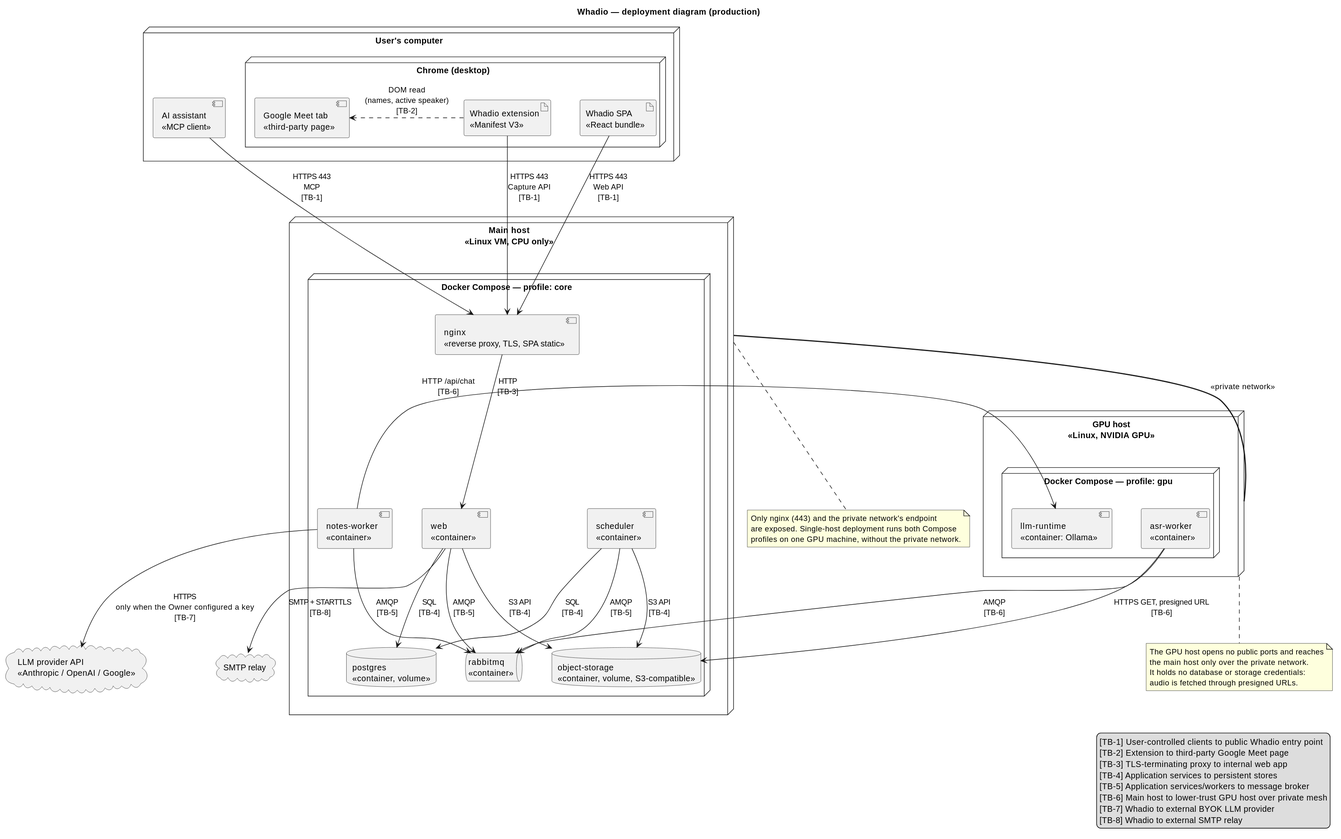
ukma-fin-ssdm-2026/Whadio keeps this PlantUML diagram as docs/architecture/uml/deployment-diagram.svg. Above is the earlier version.
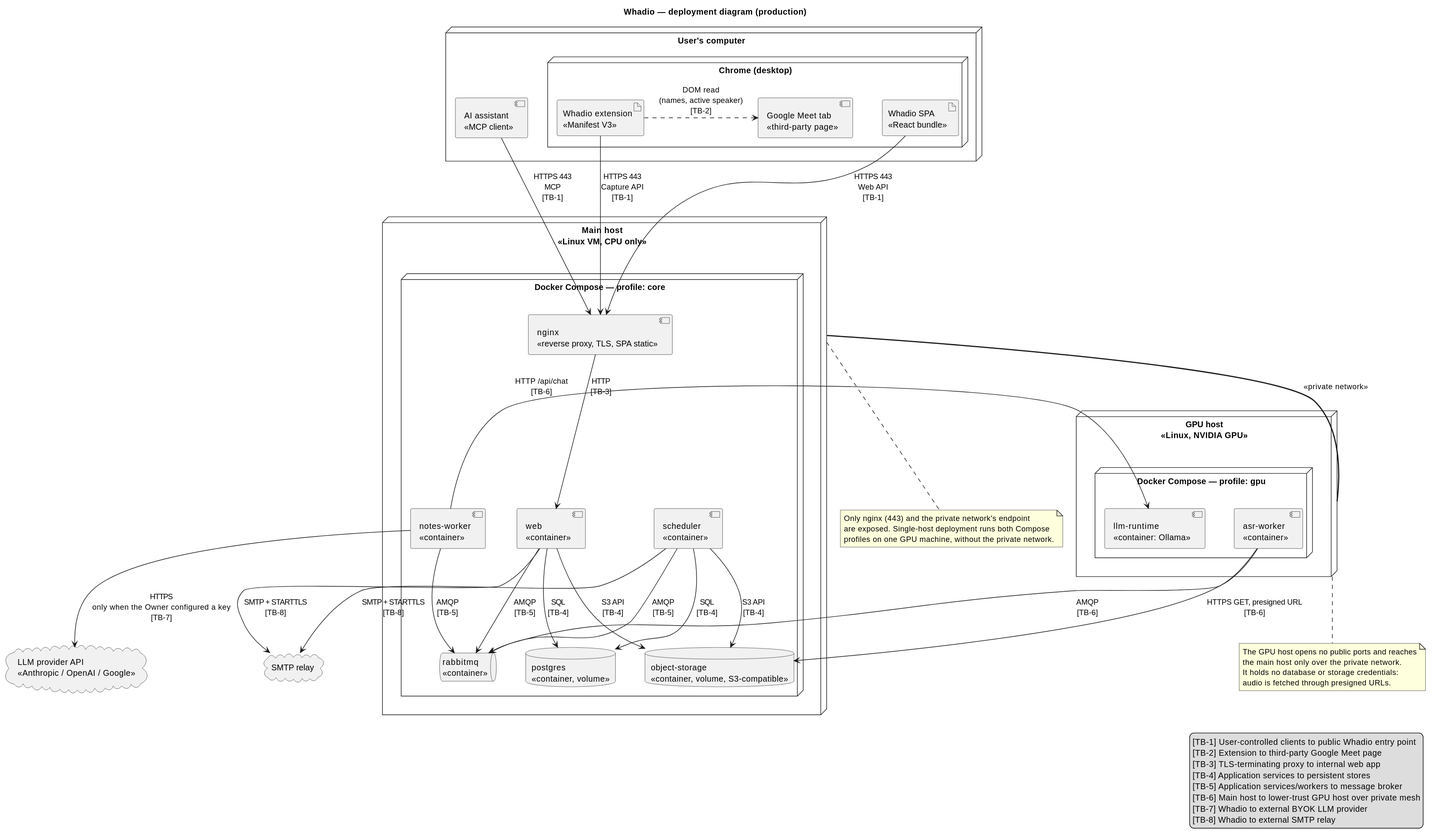
Later version of the same file.

Commit message:
docs(#87): show the scheduler sending notification email over TB-8

Diff of the diagram source:
```diff
@@ -56,6 +56,7 @@
 
 notesWorker --> provider : HTTPS\nonly when the Owner configured a key\n[TB-7]
 web --> smtp : SMTP + STARTTLS\n[TB-8]
+scheduler --> smtp : SMTP + STARTTLS\n[TB-8]
 
 note bottom of gpu
   The GPU host opens no public ports and reaches
```
